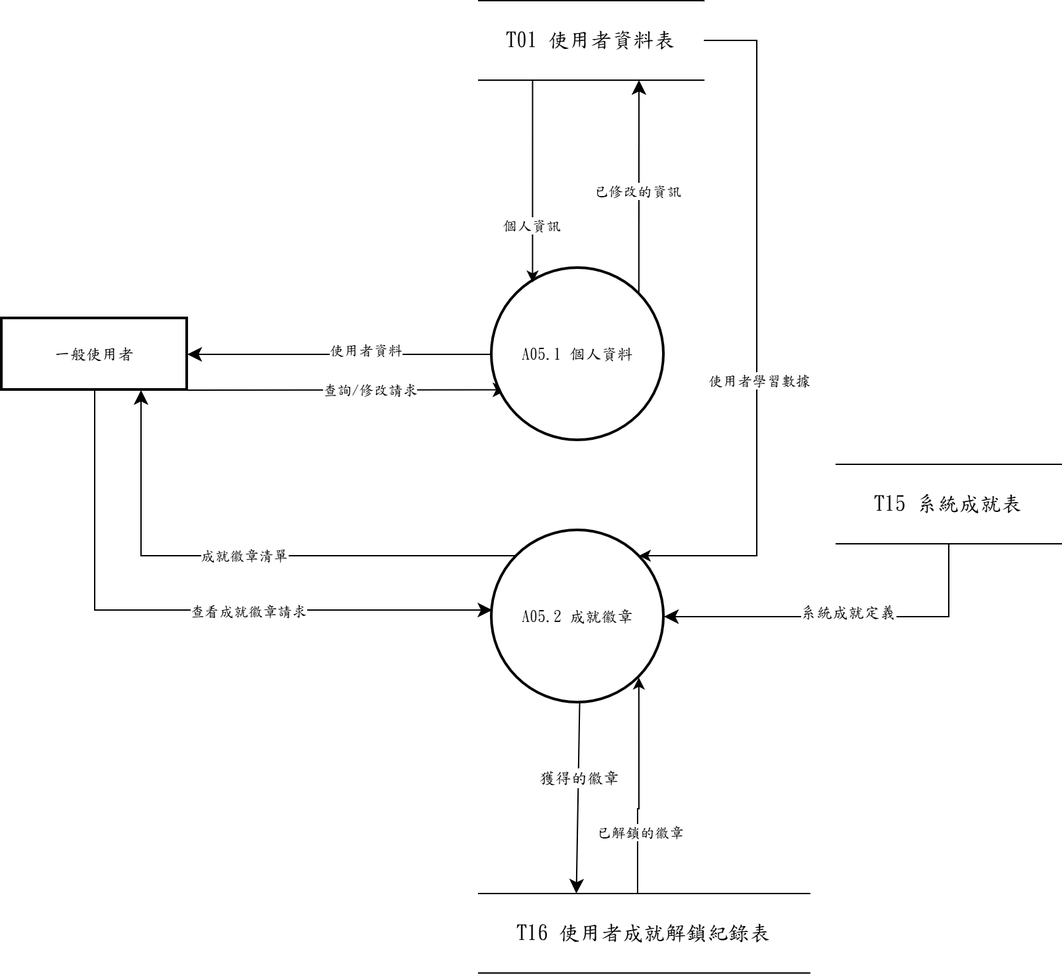
Before: 系統文件/第6章/DFD圖/圖5/新/圖5.drawio.png, a diagram exported from draw.io (s22452007/115502). Source tidied: cells renumbered, new cells last; positions are measured from the earlier drawing's top-left corner, leaving out a move shared by most shapes.
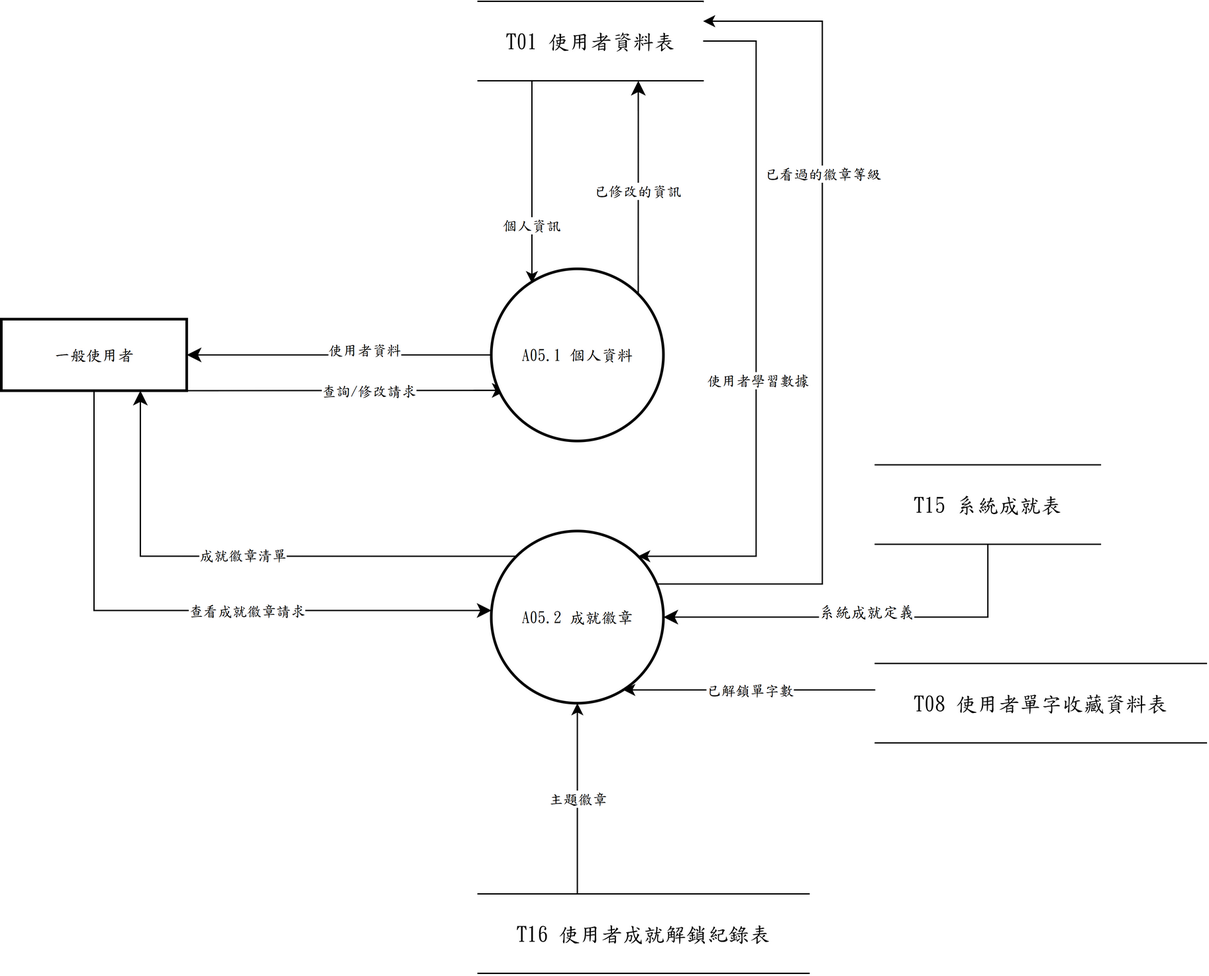
After the change.

What changed in the source:
```diff
@@ -2,15 +2,6 @@
   <root>
     <mxCell id="0" />
     <mxCell id="1" parent="0" />
-    <mxCell id="2" style="edgeStyle=none;curved=1;rounded=0;orthogonalLoop=1;jettySize=auto;html=1;exitX=0.5;exitY=1;exitDx=0;exitDy=0;entryX=0.25;entryY=0;entryDx=0;entryDy=0;fontSize=12;startSize=8;endSize=8;fontFamily=標楷體;" parent="1" edge="1">
-      <mxGeometry relative="1" as="geometry">
-        <mxPoint x="436.2" y="530" as="sourcePoint" />
-        <mxPoint x="433.7" y="674" as="targetPoint" />
-      </mxGeometry>
-    </mxCell>
-    <mxCell id="3" value="獲得的徽章" style="edgeLabel;html=1;align=center;verticalAlign=middle;fontSize=12;fontFamily=標楷體;" parent="2" vertex="1">
-      <mxGeometry x="-0.21" relative="1" as="geometry" />
-    </mxCell>
     <mxCell id="4" style="edgeStyle=none;curved=1;rounded=0;jettySize=auto;html=1;entryX=1;entryY=0.5;entryDx=0;entryDy=0;fontSize=12;startSize=8;endSize=8;exitX=0;exitY=0.5;exitDx=0;exitDy=0;fontFamily=標楷體;" parent="1" edge="1" source="16" target="13">
       <mxGeometry relative="1" as="geometry" />
     </mxCell>
@@ -32,7 +23,7 @@
       <mxGeometry x="-0.02" y="-4" relative="1" as="geometry" />
     </mxCell>
     <mxCell id="10" value="&lt;span lang=&quot;EN-US&quot; style=&quot;font-size: 12pt;&quot;&gt;T15&amp;nbsp;&lt;/span&gt;&lt;span style=&quot;font-size: 12pt;&quot;&gt;系統成就表&lt;/span&gt;" style="shape=partialRectangle;whiteSpace=wrap;html=1;left=0;right=0;fontFamily=標楷體;" parent="1" vertex="1">
-      <mxGeometry x="630" y="350" width="170" height="60" as="geometry" />
+      <mxGeometry x="660" y="350" width="170" height="60" as="geometry" />
     </mxCell>
     <mxCell id="11" style="edgeStyle=orthogonalEdgeStyle;rounded=0;jettySize=auto;html=1;exitX=0.5;exitY=1;exitDx=0;exitDy=0;fontSize=12;startSize=8;endSize=8;fontFamily=標楷體;" parent="1" edge="1" source="13" target="19">
       <mxGeometry relative="1" as="geometry">
@@ -78,15 +69,11 @@
     <mxCell id="21" value="使用者學習數據" style="edgeLabel;html=1;align=center;verticalAlign=middle;fontFamily=標楷體;" parent="20" vertex="1">
       <mxGeometry x="0.14" y="1" relative="1" as="geometry" />
     </mxCell>
-    <mxCell id="22" style="edgeStyle=orthogonalEdgeStyle;rounded=0;jettySize=auto;html=1;entryX=1;entryY=1;entryDx=0;entryDy=0;fontFamily=標楷體;" parent="1" edge="1" source="14" target="19">
-      <mxGeometry relative="1" as="geometry">
-        <Array as="points">
-          <mxPoint x="480" y="610" />
-        </Array>
-      </mxGeometry>
+    <mxCell id="22" style="rounded=0;jettySize=auto;html=1;fontFamily=標楷體;exitX=0.3;exitY=0;exitDx=0;exitDy=0;entryX=0.5;entryY=1;entryDx=0;entryDy=0;edgeStyle=orthogonalEdgeStyle;" parent="1" edge="1" source="14" target="19">
+      <mxGeometry relative="1" as="geometry" />
     </mxCell>
-    <mxCell id="23" value="已解鎖的徽章" style="edgeLabel;html=1;align=center;verticalAlign=middle;fontFamily=標楷體;" parent="22" vertex="1">
-      <mxGeometry x="-0.43" y="-1" relative="1" as="geometry" />
+    <mxCell id="23" value="主題徽章" style="edgeLabel;html=1;align=center;verticalAlign=middle;fontFamily=標楷體;" parent="22" vertex="1">
+      <mxGeometry relative="1" as="geometry" />
     </mxCell>
     <mxCell id="24" style="edgeStyle=orthogonalEdgeStyle;rounded=0;jettySize=auto;html=1;exitX=0.25;exitY=1;exitDx=0;exitDy=0;entryX=0.236;entryY=0.083;entryDx=0;entryDy=0;entryPerimeter=0;fontFamily=標楷體;" parent="1" edge="1" source="28" target="16">
       <mxGeometry relative="1" as="geometry">
@@ -109,5 +96,25 @@
     <mxCell id="28" value="&lt;span lang=&quot;EN-US&quot; style=&quot;font-size: 12pt;&quot;&gt;T01&amp;nbsp;&lt;/span&gt;&lt;span style=&quot;font-size: 12pt;&quot;&gt;使用者資料表&lt;/span&gt;" style="shape=partialRectangle;whiteSpace=wrap;html=1;left=0;right=0;fontFamily=標楷體;" parent="1" vertex="1">
       <mxGeometry x="360" width="170" height="60" as="geometry" />
     </mxCell>
+    <mxCell id="29" style="rounded=0;jettySize=auto;html=1;fontFamily=標楷體;exitX=0.9615;exitY=0.3077;exitDx=0;exitDy=0;exitPerimeter=0;entryX=1;entryY=0.25;entryDx=0;entryDy=0;edgeStyle=orthogonalEdgeStyle;" parent="1" edge="1" source="19" target="28">
+      <mxGeometry relative="1" as="geometry">
+        <Array as="points">
+          <mxPoint x="620" y="440" />
+          <mxPoint x="620" y="15" />
+        </Array>
+      </mxGeometry>
+    </mxCell>
+    <mxCell id="30" value="已看過的徽章等級" style="edgeLabel;html=1;align=center;verticalAlign=middle;fontFamily=標楷體;" parent="29" vertex="1">
+      <mxGeometry x="0.36" relative="1" as="geometry" />
+    </mxCell>
+    <mxCell id="31" value="&lt;span lang=&quot;EN-US&quot; style=&quot;font-size: 12pt;&quot;&gt;T08&amp;nbsp;&lt;/span&gt;&lt;span style=&quot;font-size: 12pt;&quot;&gt;使用者單字收藏資料表&lt;/span&gt;" style="shape=partialRectangle;whiteSpace=wrap;html=1;left=0;right=0;fontFamily=標楷體;" parent="1" vertex="1">
+      <mxGeometry x="660" y="500" width="250" height="60" as="geometry" />
+    </mxCell>
+    <mxCell id="32" style="rounded=0;jettySize=auto;html=1;fontFamily=標楷體;exitX=0;exitY=0.3333;exitDx=0;exitDy=0;entryX=0.7665;entryY=0.9231;entryDx=0;entryDy=0;entryPerimeter=0;edgeStyle=orthogonalEdgeStyle;" parent="1" edge="1" source="31" target="19">
+      <mxGeometry relative="1" as="geometry" />
+    </mxCell>
+    <mxCell id="33" value="已解鎖單字數" style="edgeLabel;html=1;align=center;verticalAlign=middle;fontFamily=標楷體;" parent="32" vertex="1">
+      <mxGeometry relative="1" as="geometry" />
+    </mxCell>
   </root>
 </mxGraphModel>
```
